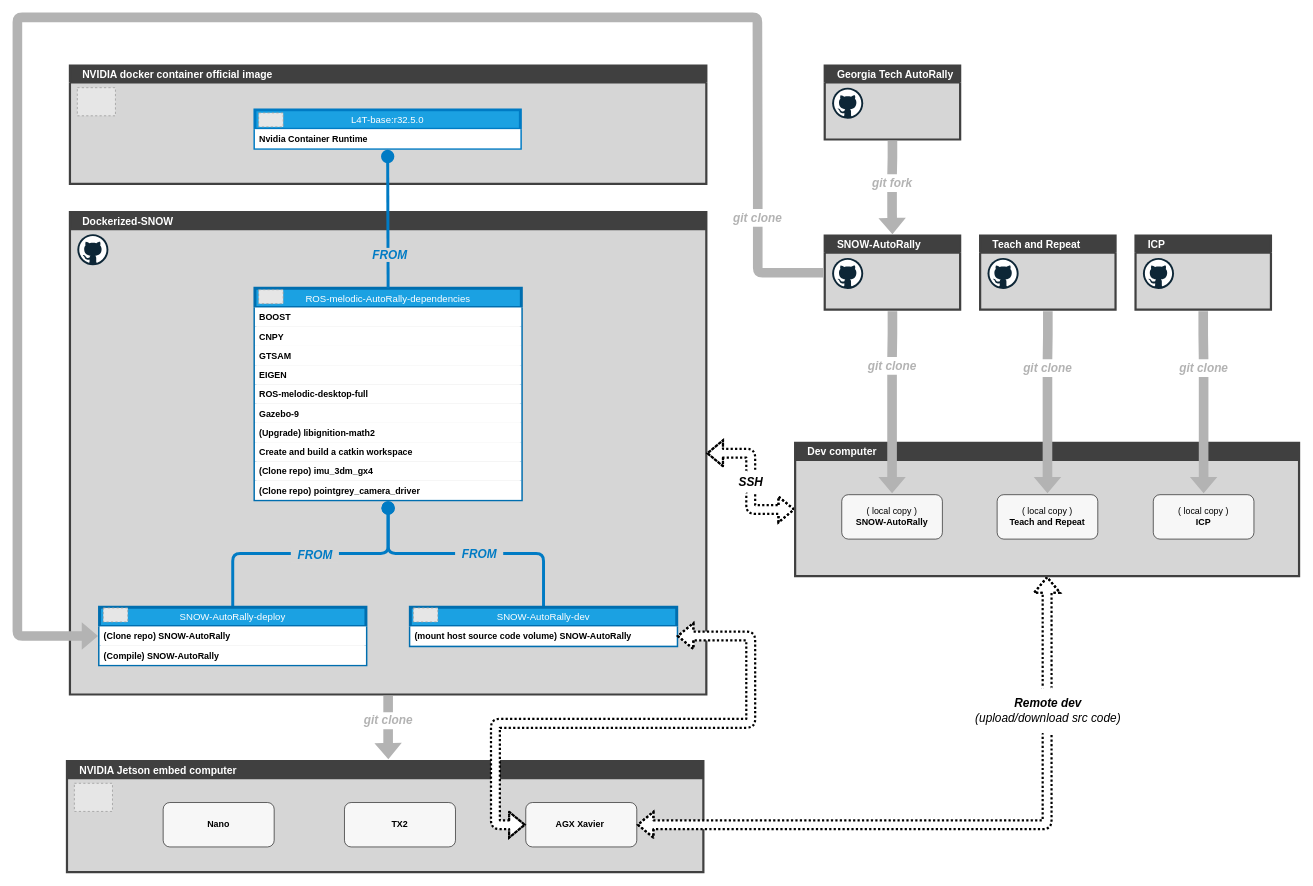
Earlier version of the draw.io diagram drawio/dockerized_snow_plan.drawio (RedLeader962/Dockerized-SNOW). Source tidied: cells renumbered, new cells numbered last; positions are measured from the earlier drawing's top-left corner, leaving out a move shared by most shapes. Both pictures are drawn from the tidied source at 74%, with x=0, y=0 at pixel (17, 17). Pictures stored in the file or linked from it are replaced by grey dashed boxes.
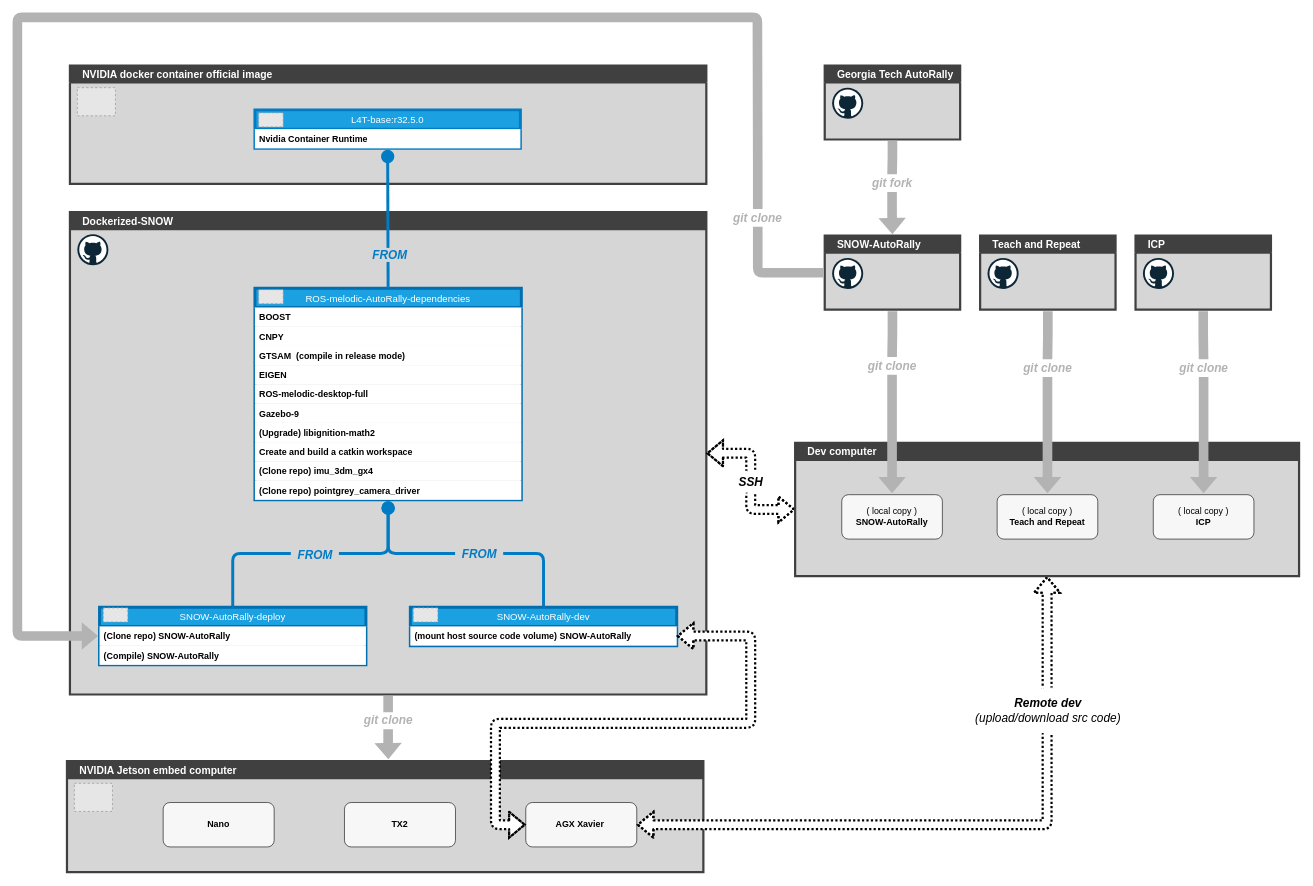
The same page after the edit.

Unchanged cells that the change refers to:
```xml
<mxCell id="10" value="ROS-melodic-AutoRally-dependencies" style="swimlane;fontStyle=0;horizontal=1;startSize=26;fontColor=#ffffff;strokeColor=#006EAF;strokeWidth=4;sketch=0;shadow=0;fontSize=13;swimlaneFillColor=none;swimlaneLine=1;rounded=0;perimeterSpacing=0;labelBorderColor=none;fillColor=#1BA1E2;" parent="6" vertex="1">
  <mxGeometry x="250" y="103" width="360" height="286" as="geometry" />
</mxCell>
```

The edit, as a diff of the source:
```diff
@@
-    <mxCell id="13" value="GTSAM " style="text;strokeColor=none;fillColor=#FFFFFF;align=left;verticalAlign=top;spacingLeft=4;spacingRight=4;overflow=hidden;fontStyle=1;" parent="10" vertex="1">
+    <mxCell id="13" value="GTSAM  (compile in release mode)" style="text;strokeColor=none;fillColor=#FFFFFF;align=left;verticalAlign=top;spacingLeft=4;spacingRight=4;overflow=hidden;fontStyle=1;" parent="10" vertex="1">
       <mxGeometry y="78" width="360" height="26" as="geometry" />
     </mxCell>
```
